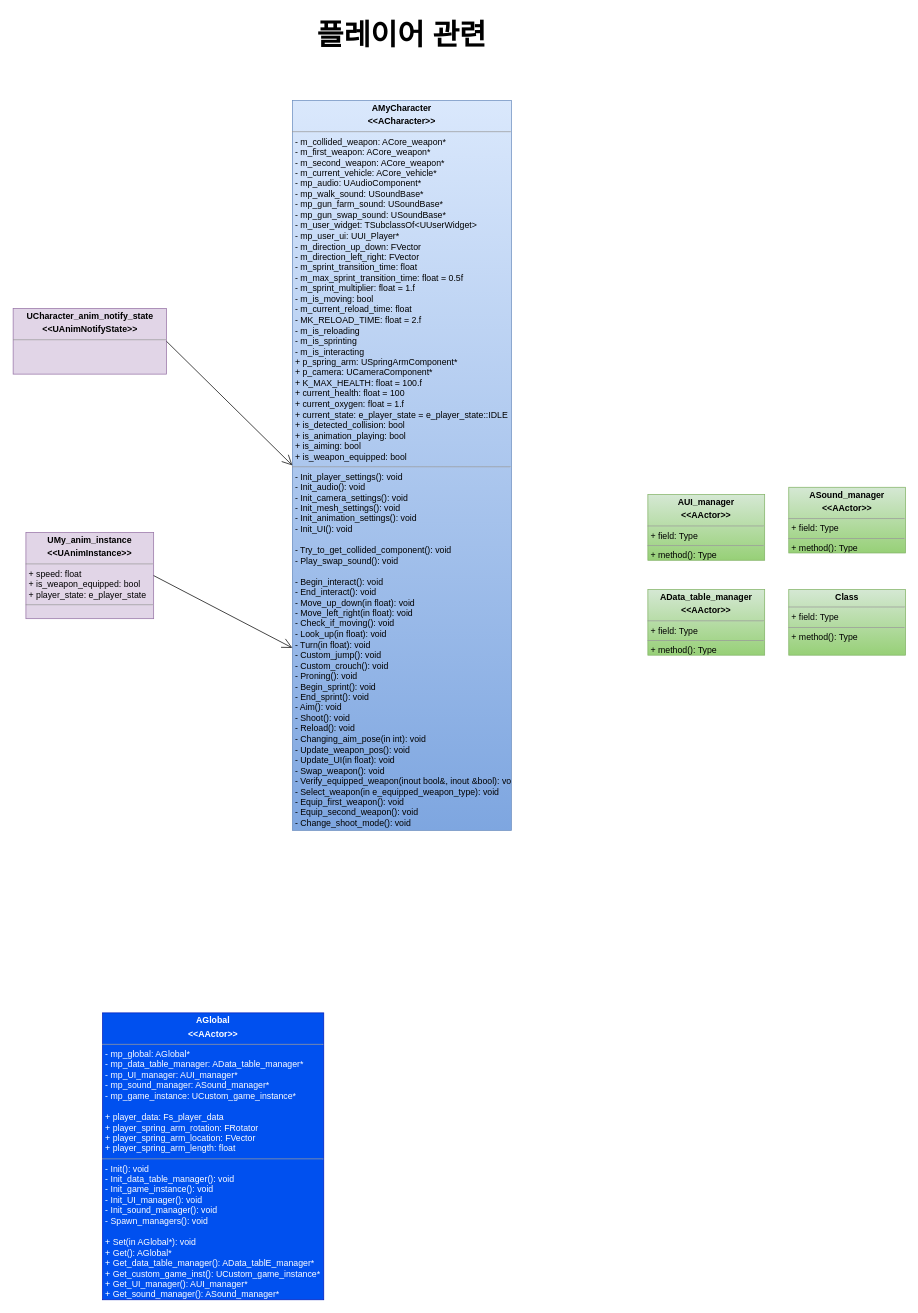
Above: page "CLASS" (2 of 3) of 0_Diagrams/Diagram.drawio in ShovelingLife/PUBG_UE4 (draw.io), before the change. Source tidied: cells renumbered, new cells numbered last; positions are measured from the earlier drawing's top-left corner, leaving out a move shared by most shapes. Both pictures are drawn from the tidied source at 73%, with x=0, y=0 at pixel (13, 12).
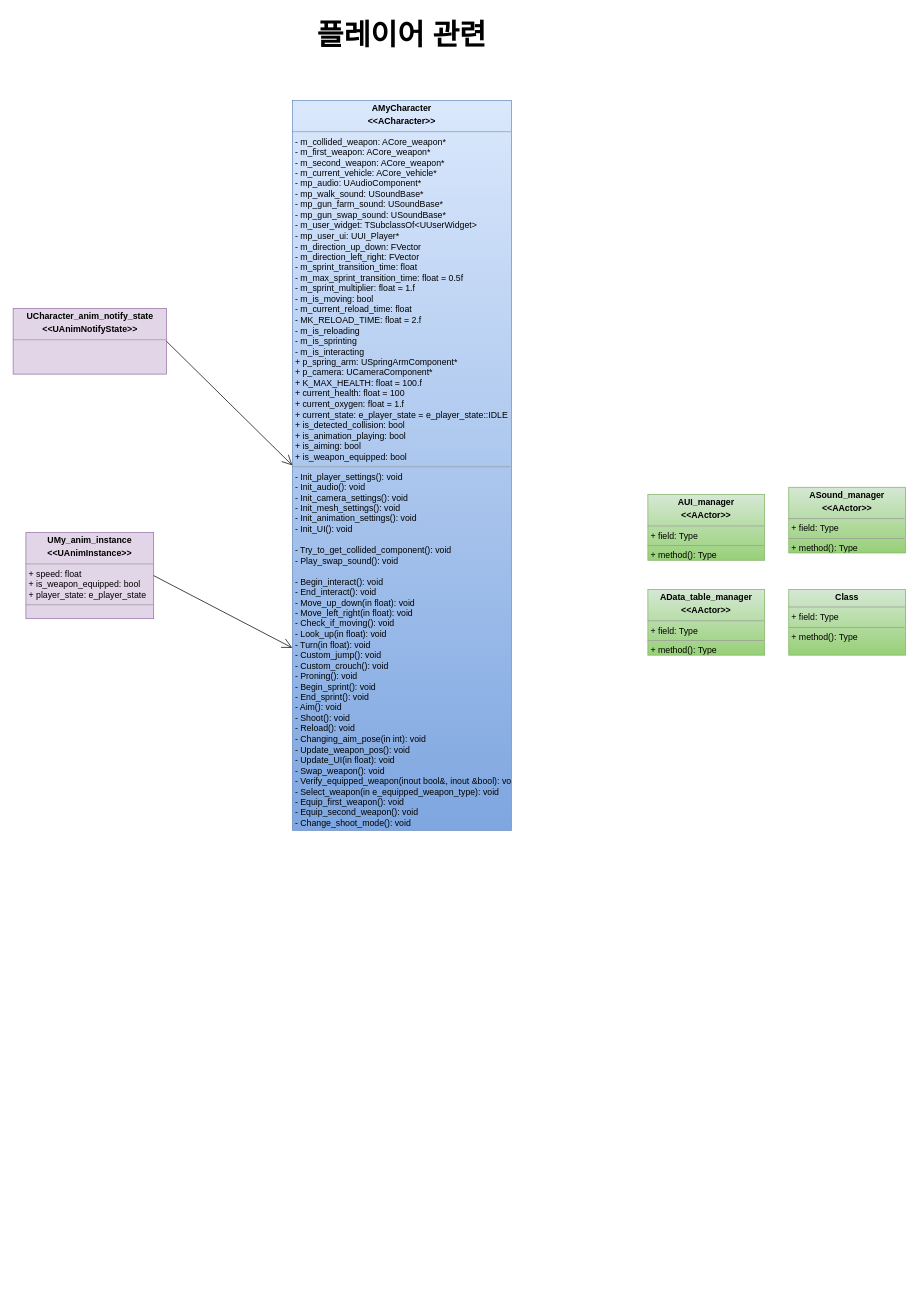
The same page after the edit.

What changed in the source:
```diff
@@
 <mxGraphModel>
   <root>
     <mxCell id="0" />
     <mxCell id="1" parent="0" />
     <mxCell id="2" value="&lt;p style=&quot;margin: 0px ; margin-top: 4px ; text-align: center&quot;&gt;&lt;b&gt;AMyCharacter&lt;/b&gt;&lt;/p&gt;&lt;p style=&quot;margin: 0px ; margin-top: 4px ; text-align: center&quot;&gt;&lt;b&gt;&amp;lt;&amp;lt;ACharacter&amp;gt;&amp;gt;&lt;/b&gt;&lt;/p&gt;&lt;hr size=&quot;1&quot;&gt;&lt;p style=&quot;margin: 0px ; margin-left: 4px&quot;&gt;- m_collided_weapon: ACore_weapon*&lt;/p&gt;&lt;p style=&quot;margin: 0px ; margin-left: 4px&quot;&gt;- m_first_weapon: ACore_weapon*&amp;nbsp;&lt;/p&gt;&lt;p style=&quot;margin: 0px ; margin-left: 4px&quot;&gt;- m_second_weapon: ACore_weapon*&lt;/p&gt;&lt;p style=&quot;margin: 0px ; margin-left: 4px&quot;&gt;- m_current_vehicle: ACore_vehicle*&lt;/p&gt;&lt;p style=&quot;margin: 0px ; margin-left: 4px&quot;&gt;- mp_audio: UAudioComponent*&lt;/p&gt;&lt;p style=&quot;margin: 0px ; margin-left: 4px&quot;&gt;- mp_walk_sound: USoundBase*&amp;nbsp;&lt;/p&gt;&lt;p style=&quot;margin: 0px ; margin-left: 4px&quot;&gt;- mp_gun_farm_sound: USoundBase*&amp;nbsp;&lt;/p&gt;&lt;p style=&quot;margin: 0px ; margin-left: 4px&quot;&gt;- mp_gun_swap_sound: USoundBase*&amp;nbsp;&lt;/p&gt;&lt;p style=&quot;margin: 0px ; margin-left: 4px&quot;&gt;- m_user_widget: TSubclassOf&amp;lt;UUserWidget&amp;gt;&lt;/p&gt;&lt;p style=&quot;margin: 0px ; margin-left: 4px&quot;&gt;- mp_user_ui: UUI_Player*&lt;/p&gt;&lt;p style=&quot;margin: 0px ; margin-left: 4px&quot;&gt;- m_direction_up_down: FVector&lt;/p&gt;&lt;p style=&quot;margin: 0px ; margin-left: 4px&quot;&gt;- m_direction_left_right: FVector&lt;/p&gt;&lt;p style=&quot;margin: 0px ; margin-left: 4px&quot;&gt;- m_sprint_transition_time: float&lt;/p&gt;&lt;p style=&quot;margin: 0px ; margin-left: 4px&quot;&gt;- m_max_sprint_transition_time: float = 0.5f&lt;/p&gt;&lt;p style=&quot;margin: 0px ; margin-left: 4px&quot;&gt;- m_sprint_multiplier: float = 1.f&lt;/p&gt;&lt;p style=&quot;margin: 0px ; margin-left: 4px&quot;&gt;- m_is_moving: bool&lt;/p&gt;&lt;p style=&quot;margin: 0px ; margin-left: 4px&quot;&gt;- m_current_reload_time: float&lt;/p&gt;&lt;p style=&quot;margin: 0px ; margin-left: 4px&quot;&gt;- MK_RELOAD_TIME: float = 2.f&lt;/p&gt;&lt;p style=&quot;margin: 0px ; margin-left: 4px&quot;&gt;- m_is_reloading&lt;/p&gt;&lt;p style=&quot;margin: 0px ; margin-left: 4px&quot;&gt;- m_is_sprinting&lt;/p&gt;&lt;p style=&quot;margin: 0px ; margin-left: 4px&quot;&gt;- m_is_interacting&lt;/p&gt;&lt;p style=&quot;margin: 0px ; margin-left: 4px&quot;&gt;+ p_spring_arm: USpringArmComponent*&lt;/p&gt;&lt;p style=&quot;margin: 0px ; margin-left: 4px&quot;&gt;+ p_camera: UCameraComponent*&lt;/p&gt;&lt;p style=&quot;margin: 0px ; margin-left: 4px&quot;&gt;+ K_MAX_HEALTH: float = 100.f&lt;/p&gt;&lt;p style=&quot;margin: 0px ; margin-left: 4px&quot;&gt;+ current_health: float = 100&lt;/p&gt;&lt;p style=&quot;margin: 0px ; margin-left: 4px&quot;&gt;+ current_oxygen: float = 1.f&lt;/p&gt;&lt;p style=&quot;margin: 0px ; margin-left: 4px&quot;&gt;+ current_state: e_player_state = e_player_state::IDLE&lt;/p&gt;&lt;p style=&quot;margin: 0px ; margin-left: 4px&quot;&gt;+ is_detected_collision: bool&lt;/p&gt;&lt;p style=&quot;margin: 0px ; margin-left: 4px&quot;&gt;+ is_animation_playing: bool&amp;nbsp;&amp;nbsp;&lt;/p&gt;&lt;p style=&quot;margin: 0px ; margin-left: 4px&quot;&gt;+ is_aiming: bool&amp;nbsp; &amp;nbsp; &amp;nbsp; &amp;nbsp; &amp;nbsp; &amp;nbsp; &amp;nbsp;&lt;/p&gt;&lt;p style=&quot;margin: 0px ; margin-left: 4px&quot;&gt;+ is_weapon_equipped: bool&amp;nbsp; &amp;nbsp;&lt;/p&gt;&lt;hr size=&quot;1&quot;&gt;&lt;p style=&quot;margin: 0px ; margin-left: 4px&quot;&gt;&lt;span&gt;- Init_player_settings(): void&lt;/span&gt;&lt;br&gt;&lt;/p&gt;&lt;p style=&quot;margin: 0px ; margin-left: 4px&quot;&gt;- Init_audio(): void&lt;/p&gt;&lt;p style=&quot;margin: 0px ; margin-left: 4px&quot;&gt;- Init_camera_settings(): void&lt;/p&gt;&lt;p style=&quot;margin: 0px ; margin-left: 4px&quot;&gt;- Init_mesh_settings(): void&lt;/p&gt;&lt;p style=&quot;margin: 0px ; margin-left: 4px&quot;&gt;- Init_animation_settings(): void&lt;/p&gt;&lt;p style=&quot;margin: 0px ; margin-left: 4px&quot;&gt;- Init_UI(): void&lt;/p&gt;&lt;p style=&quot;margin: 0px ; margin-left: 4px&quot;&gt;&lt;br&gt;&lt;/p&gt;&lt;p style=&quot;margin: 0px ; margin-left: 4px&quot;&gt;- Try_to_get_collided_component(): void&lt;/p&gt;&lt;p style=&quot;margin: 0px ; margin-left: 4px&quot;&gt;- Play_swap_sound(): void&lt;/p&gt;&lt;p style=&quot;margin: 0px ; margin-left: 4px&quot;&gt;&lt;br&gt;&lt;/p&gt;&lt;p style=&quot;margin: 0px ; margin-left: 4px&quot;&gt;- Begin_interact(): void&lt;/p&gt;&lt;p style=&quot;margin: 0px ; margin-left: 4px&quot;&gt;- End_interact(): void&lt;/p&gt;&lt;p style=&quot;margin: 0px ; margin-left: 4px&quot;&gt;- Move_up_down(in float): void&lt;/p&gt;&lt;p style=&quot;margin: 0px ; margin-left: 4px&quot;&gt;- Move_left_right(in float): void&lt;/p&gt;&lt;p style=&quot;margin: 0px ; margin-left: 4px&quot;&gt;- Check_if_moving(): void&lt;/p&gt;&lt;p style=&quot;margin: 0px ; margin-left: 4px&quot;&gt;- Look_up(in float): void&lt;/p&gt;&lt;p style=&quot;margin: 0px ; margin-left: 4px&quot;&gt;- Turn(in float): void&lt;/p&gt;&lt;p style=&quot;margin: 0px ; margin-left: 4px&quot;&gt;- Custom_jump(): void&lt;/p&gt;&lt;p style=&quot;margin: 0px ; margin-left: 4px&quot;&gt;- Custom_crouch(): void&lt;/p&gt;&lt;p style=&quot;margin: 0px ; margin-left: 4px&quot;&gt;- Proning(): void&lt;/p&gt;&lt;p style=&quot;margin: 0px ; margin-left: 4px&quot;&gt;- Begin_sprint(): void&lt;/p&gt;&lt;p style=&quot;margin: 0px ; margin-left: 4px&quot;&gt;- End_sprint(): void&lt;/p&gt;&lt;p style=&quot;margin: 0px ; margin-left: 4px&quot;&gt;- Aim(): void&lt;/p&gt;&lt;p style=&quot;margin: 0px ; margin-left: 4px&quot;&gt;- Shoot(): void&lt;/p&gt;&lt;p style=&quot;margin: 0px ; margin-left: 4px&quot;&gt;- Reload(): void&lt;/p&gt;&lt;p style=&quot;margin: 0px ; margin-left: 4px&quot;&gt;- Changing_aim_pose(in int): void&lt;/p&gt;&lt;p style=&quot;margin: 0px ; margin-left: 4px&quot;&gt;- Update_weapon_pos(): void&lt;/p&gt;&lt;p style=&quot;margin: 0px ; margin-left: 4px&quot;&gt;- Update_UI(in float): void&lt;/p&gt;&lt;p style=&quot;margin: 0px ; margin-left: 4px&quot;&gt;- Swap_weapon(): void&lt;/p&gt;&lt;p style=&quot;margin: 0px ; margin-left: 4px&quot;&gt;- Verify_equipped_weapon(inout bool&amp;amp;, inout &amp;amp;bool): void&lt;/p&gt;&lt;p style=&quot;margin: 0px ; margin-left: 4px&quot;&gt;- Select_weapon(in e_equipped_weapon_type): void&lt;/p&gt;&lt;p style=&quot;margin: 0px ; margin-left: 4px&quot;&gt;- Equip_first_weapon(): void&lt;/p&gt;&lt;p style=&quot;margin: 0px ; margin-left: 4px&quot;&gt;- Equip_second_weapon(): void&lt;/p&gt;&lt;p style=&quot;margin: 0px ; margin-left: 4px&quot;&gt;- Change_shoot_mode(): void&lt;/p&gt;" style="verticalAlign=top;align=left;overflow=fill;fontSize=12;fontFamily=Helvetica;html=1;fillColor=#dae8fc;gradientColor=#7ea6e0;strokeColor=#6c8ebf;" parent="1" vertex="1">
       <mxGeometry x="382" y="120" width="300" height="1000" as="geometry" />
     </mxCell>
     <mxCell id="3" value="&lt;p style=&quot;margin: 0px ; margin-top: 4px ; text-align: center&quot;&gt;&lt;b&gt;UCharacter_anim_notify_state&lt;/b&gt;&lt;br&gt;&lt;/p&gt;&lt;p style=&quot;margin: 0px ; margin-top: 4px ; text-align: center&quot;&gt;&lt;b&gt;&amp;lt;&amp;lt;UAnimNotifyState&amp;gt;&amp;gt;&lt;/b&gt;&lt;/p&gt;&lt;hr size=&quot;1&quot;&gt;&lt;p style=&quot;margin: 0px ; margin-left: 4px&quot;&gt;&lt;br&gt;&lt;/p&gt;" style="verticalAlign=top;align=left;overflow=fill;fontSize=12;fontFamily=Helvetica;html=1;fillColor=#e1d5e7;strokeColor=#9673a6;" parent="1" vertex="1">
       <mxGeometry x="-0.5" y="405" width="210" height="90" as="geometry" />
     </mxCell>
     <mxCell id="4" style="endArrow=open;endFill=1;endSize=12;html=1;rounded=0;entryX=0;entryY=0.5;entryDx=0;entryDy=0;exitX=1;exitY=0.5;exitDx=0;exitDy=0;" parent="1" edge="1" source="3" target="2">
       <mxGeometry relative="1" as="geometry" />
     </mxCell>
     <mxCell id="5" value="&lt;p style=&quot;margin: 0px ; margin-top: 4px ; text-align: center&quot;&gt;&lt;b&gt;UMy_anim_instance&lt;/b&gt;&lt;br&gt;&lt;/p&gt;&lt;p style=&quot;margin: 0px ; margin-top: 4px ; text-align: center&quot;&gt;&lt;b&gt;&amp;lt;&amp;lt;UAnimInstance&amp;gt;&amp;gt;&lt;/b&gt;&lt;/p&gt;&lt;hr size=&quot;1&quot;&gt;&lt;p style=&quot;margin: 0px ; margin-left: 4px&quot;&gt;+ speed: float&lt;/p&gt;&lt;p style=&quot;margin: 0px ; margin-left: 4px&quot;&gt;+ is_weapon_equipped: bool&lt;/p&gt;&lt;p style=&quot;margin: 0px ; margin-left: 4px&quot;&gt;+&amp;nbsp;player_state:&amp;nbsp;e_player_state&lt;/p&gt;&lt;hr size=&quot;1&quot;&gt;&lt;p style=&quot;margin: 0px ; margin-left: 4px&quot;&gt;&lt;br&gt;&lt;/p&gt;" style="verticalAlign=top;align=left;overflow=fill;fontSize=12;fontFamily=Helvetica;html=1;fillColor=#e1d5e7;strokeColor=#9673a6;" parent="1" vertex="1">
       <mxGeometry x="17" y="712" width="175" height="118" as="geometry" />
     </mxCell>
     <mxCell id="6" style="endArrow=open;endFill=1;endSize=12;html=1;rounded=0;exitX=1;exitY=0.5;exitDx=0;exitDy=0;entryX=0;entryY=0.75;entryDx=0;entryDy=0;" parent="1" edge="1" source="5" target="2">
       <mxGeometry relative="1" as="geometry" />
     </mxCell>
-    <mxCell id="7" value="&lt;p style=&quot;margin: 0px ; margin-top: 4px ; text-align: center&quot;&gt;&lt;b&gt;AGlobal&lt;/b&gt;&lt;/p&gt;&lt;p style=&quot;margin: 0px ; margin-top: 4px ; text-align: center&quot;&gt;&lt;b&gt;&amp;lt;&amp;lt;AActor&amp;gt;&amp;gt;&lt;/b&gt;&lt;/p&gt;&lt;hr size=&quot;1&quot;&gt;&lt;p style=&quot;margin: 0px ; margin-left: 4px&quot;&gt;- mp_global: AGlobal*&lt;/p&gt;&lt;p style=&quot;margin: 0px ; margin-left: 4px&quot;&gt;- mp_data_table_manager: AData_table_manager*&lt;/p&gt;&lt;p style=&quot;margin: 0px ; margin-left: 4px&quot;&gt;- mp_UI_manager: AUI_manager*&lt;/p&gt;&lt;p style=&quot;margin: 0px ; margin-left: 4px&quot;&gt;- mp_sound_manager: ASound_manager*&lt;/p&gt;&lt;p style=&quot;margin: 0px ; margin-left: 4px&quot;&gt;- mp_game_instance: UCustom_game_instance*&lt;/p&gt;&lt;p style=&quot;margin: 0px ; margin-left: 4px&quot;&gt;&lt;br&gt;&lt;/p&gt;&lt;p style=&quot;margin: 0px ; margin-left: 4px&quot;&gt;+ player_data: Fs_player_data&lt;/p&gt;&lt;p style=&quot;margin: 0px ; margin-left: 4px&quot;&gt;+ player_spring_arm_rotation: FRotator&lt;/p&gt;&lt;p style=&quot;margin: 0px ; margin-left: 4px&quot;&gt;+ player_spring_arm_location: FVector&lt;/p&gt;&lt;p style=&quot;margin: 0px ; margin-left: 4px&quot;&gt;+ player_spring_arm_length: float&lt;/p&gt;&lt;hr size=&quot;1&quot;&gt;&lt;p style=&quot;margin: 0px ; margin-left: 4px&quot;&gt;- Init(): void&lt;/p&gt;&lt;p style=&quot;margin: 0px ; margin-left: 4px&quot;&gt;- Init_data_table_manager(): void&lt;/p&gt;&lt;p style=&quot;margin: 0px ; margin-left: 4px&quot;&gt;- Init_game_instance(): void&lt;/p&gt;&lt;p style=&quot;margin: 0px ; margin-left: 4px&quot;&gt;- Init_UI_manager(): void&lt;/p&gt;&lt;p style=&quot;margin: 0px ; margin-left: 4px&quot;&gt;- Init_sound_manager(): void&lt;/p&gt;&lt;p style=&quot;margin: 0px ; margin-left: 4px&quot;&gt;- Spawn_managers(): void&lt;/p&gt;&lt;p style=&quot;margin: 0px ; margin-left: 4px&quot;&gt;&lt;br&gt;&lt;/p&gt;&lt;p style=&quot;margin: 0px ; margin-left: 4px&quot;&gt;+ Set(in AGlobal*): void&lt;/p&gt;&lt;p style=&quot;margin: 0px ; margin-left: 4px&quot;&gt;+ Get(): AGlobal*&lt;/p&gt;&lt;p style=&quot;margin: 0px ; margin-left: 4px&quot;&gt;+ Get_data_table_manager(): AData_tablE_manager*&lt;/p&gt;&lt;p style=&quot;margin: 0px ; margin-left: 4px&quot;&gt;+ Get_custom_game_inst(): UCustom_game_instance*&lt;/p&gt;&lt;p style=&quot;margin: 0px ; margin-left: 4px&quot;&gt;+ Get_UI_manager(): AUI_manager*&lt;/p&gt;&lt;p style=&quot;margin: 0px ; margin-left: 4px&quot;&gt;+ Get_sound_manager(): ASound_manager*&lt;/p&gt;" style="verticalAlign=top;align=left;overflow=fill;fontSize=12;fontFamily=Helvetica;html=1;fillColor=#0050ef;strokeColor=#001DBC;fontColor=#ffffff;" parent="1" vertex="1">
-      <mxGeometry x="122" y="1370" width="303" height="393" as="geometry" />
-    </mxCell>
     <mxCell id="8" value="플레이어 관련" style="text;align=center;fontStyle=1;verticalAlign=middle;spacingLeft=3;spacingRight=3;strokeColor=none;fontSize=40;" parent="1" vertex="1">
       <mxGeometry x="437" width="190" height="50" as="geometry" />
     </mxCell>
     <mxCell id="9" value="&lt;p style=&quot;margin: 0px ; margin-top: 4px ; text-align: center&quot;&gt;&lt;b&gt;AData_table_manager&lt;/b&gt;&lt;/p&gt;&lt;p style=&quot;margin: 0px ; margin-top: 4px ; text-align: center&quot;&gt;&lt;b&gt;&amp;lt;&amp;lt;AActor&amp;gt;&amp;gt;&lt;/b&gt;&lt;b&gt;&lt;br&gt;&lt;/b&gt;&lt;/p&gt;&lt;hr size=&quot;1&quot;&gt;&lt;p style=&quot;margin: 0px ; margin-left: 4px&quot;&gt;+ field: Type&lt;/p&gt;&lt;hr size=&quot;1&quot;&gt;&lt;p style=&quot;margin: 0px ; margin-left: 4px&quot;&gt;+ method(): Type&lt;/p&gt;" style="verticalAlign=top;align=left;overflow=fill;fontSize=12;fontFamily=Helvetica;html=1;fillColor=#d5e8d4;strokeColor=#82b366;gradientColor=#97d077;" parent="1" vertex="1">
       <mxGeometry x="869" y="790" width="160" height="90" as="geometry" />
     </mxCell>
     <mxCell id="10" value="&lt;p style=&quot;margin: 0px ; margin-top: 4px ; text-align: center&quot;&gt;&lt;b&gt;ASound_manager&lt;/b&gt;&lt;/p&gt;&lt;p style=&quot;margin: 0px ; margin-top: 4px ; text-align: center&quot;&gt;&lt;b&gt;&amp;lt;&amp;lt;AActor&amp;gt;&amp;gt;&lt;/b&gt;&lt;b&gt;&lt;br&gt;&lt;/b&gt;&lt;/p&gt;&lt;hr size=&quot;1&quot;&gt;&lt;p style=&quot;margin: 0px ; margin-left: 4px&quot;&gt;+ field: Type&lt;/p&gt;&lt;hr size=&quot;1&quot;&gt;&lt;p style=&quot;margin: 0px ; margin-left: 4px&quot;&gt;+ method(): Type&lt;/p&gt;" style="verticalAlign=top;align=left;overflow=fill;fontSize=12;fontFamily=Helvetica;html=1;fillColor=#d5e8d4;strokeColor=#82b366;gradientColor=#97d077;" parent="1" vertex="1">
       <mxGeometry x="1062" y="650" width="160" height="90" as="geometry" />
     </mxCell>
     <mxCell id="11" value="&lt;p style=&quot;margin: 0px ; margin-top: 4px ; text-align: center&quot;&gt;&lt;b&gt;AUI_manager&lt;/b&gt;&lt;/p&gt;&lt;p style=&quot;margin: 0px ; margin-top: 4px ; text-align: center&quot;&gt;&lt;b&gt;&amp;lt;&amp;lt;AActor&amp;gt;&amp;gt;&lt;/b&gt;&lt;/p&gt;&lt;hr size=&quot;1&quot;&gt;&lt;p style=&quot;margin: 0px ; margin-left: 4px&quot;&gt;+ field: Type&lt;/p&gt;&lt;hr size=&quot;1&quot;&gt;&lt;p style=&quot;margin: 0px ; margin-left: 4px&quot;&gt;+ method(): Type&lt;/p&gt;" style="verticalAlign=top;align=left;overflow=fill;fontSize=12;fontFamily=Helvetica;html=1;fillColor=#d5e8d4;strokeColor=#82b366;gradientColor=#97d077;" parent="1" vertex="1">
       <mxGeometry x="869" y="660" width="160" height="90" as="geometry" />
     </mxCell>
     <mxCell id="12" value="&lt;p style=&quot;margin:0px;margin-top:4px;text-align:center;&quot;&gt;&lt;b&gt;Class&lt;/b&gt;&lt;/p&gt;&lt;hr size=&quot;1&quot;/&gt;&lt;p style=&quot;margin:0px;margin-left:4px;&quot;&gt;+ field: Type&lt;/p&gt;&lt;hr size=&quot;1&quot;/&gt;&lt;p style=&quot;margin:0px;margin-left:4px;&quot;&gt;+ method(): Type&lt;/p&gt;" style="verticalAlign=top;align=left;overflow=fill;fontSize=12;fontFamily=Helvetica;html=1;fillColor=#d5e8d4;strokeColor=#82b366;gradientColor=#97d077;" parent="1" vertex="1">
       <mxGeometry x="1062" y="790" width="160" height="90" as="geometry" />
     </mxCell>
   </root>
 </mxGraphModel>
```
